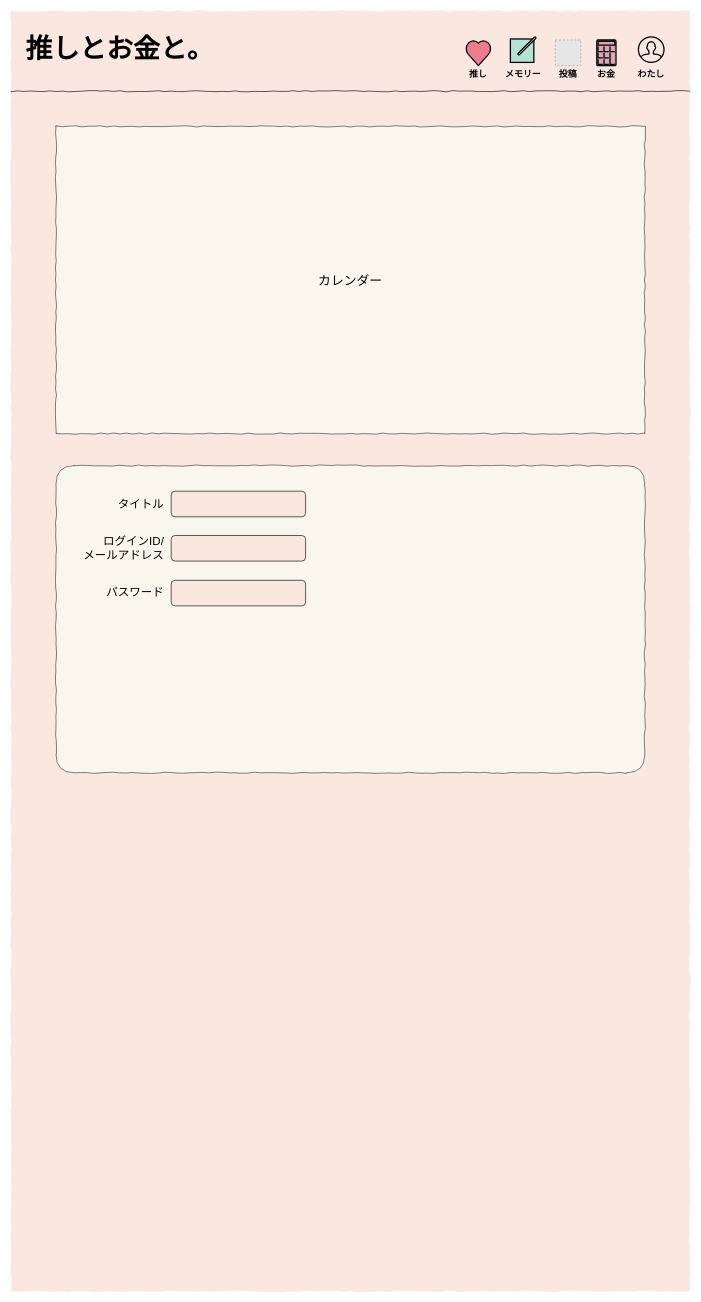
This is page "カレンダー" (15 of 15) of Untitled Diagram.drawio from yuko-miyamoto/Laravel_10, a draw.io file, before an edit. Source tidied: cells renumbered, new cells numbered last; positions are measured from the earlier drawing's top-left corner, leaving out a move shared by most shapes. Both pictures are drawn from the tidied source at 64%, with x=0, y=0 at pixel (11, 11). Pictures stored in the file or linked from it are replaced by grey dashed boxes.
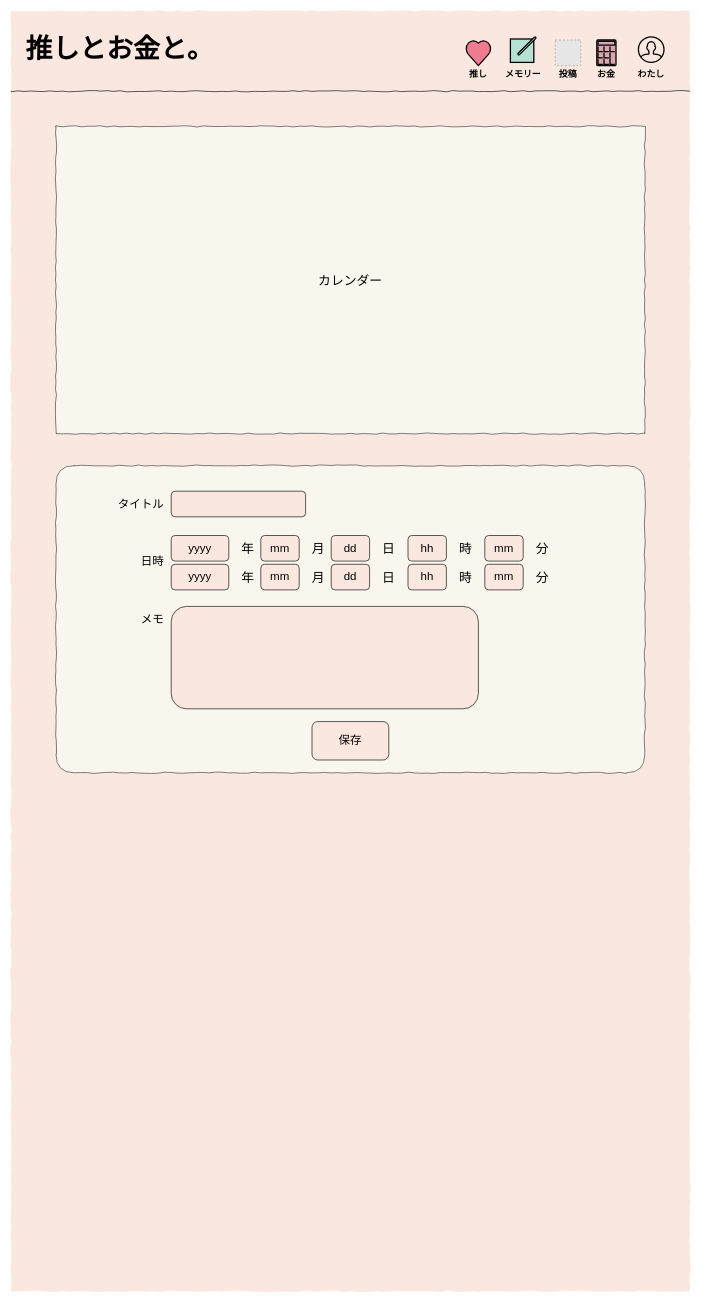
After the change.

What changed in the source:
```diff
@@
-    <mxCell id="20" style="rounded=1;whiteSpace=wrap;html=1;shadow=0;glass=0;sketch=0;fontSize=18;fontColor=#000000;strokeColor=#000000;fillColor=#FAE8E0;align=center;verticalAlign=middle;" parent="1" vertex="1">
-      <mxGeometry x="250" y="819.2" width="210" height="40" as="geometry" />
+    <mxCell id="20" value="yyyy" style="rounded=1;whiteSpace=wrap;html=1;shadow=0;glass=0;sketch=0;fontSize=18;fontColor=#000000;strokeColor=#000000;fillColor=#FAE8E0;align=center;verticalAlign=middle;" parent="1" vertex="1">
+      <mxGeometry x="250" y="819.2" width="90" height="40" as="geometry" />
     </mxCell>
-    <mxCell id="21" value="ログインID/&lt;br&gt;メールアドレス" style="text;strokeColor=none;fillColor=none;html=1;fontSize=18;fontStyle=0;verticalAlign=middle;align=right;rounded=0;shadow=0;glass=0;sketch=0;fontColor=#000000;" parent="1" vertex="1">
-      <mxGeometry x="110" y="809.2" width="130" height="60" as="geometry" />
+    <mxCell id="21" value="日時" style="text;strokeColor=none;fillColor=none;html=1;fontSize=18;fontStyle=0;verticalAlign=middle;align=right;rounded=0;shadow=0;glass=0;sketch=0;fontColor=#000000;" parent="1" vertex="1">
+      <mxGeometry x="110" y="830" width="130" height="60" as="geometry" />
     </mxCell>
     <mxCell id="22" style="rounded=1;whiteSpace=wrap;html=1;shadow=0;glass=0;sketch=0;fontSize=18;fontColor=#000000;strokeColor=#000000;fillColor=#FAE8E0;align=center;verticalAlign=middle;" parent="1" vertex="1">
-      <mxGeometry x="250" y="889.2" width="210" height="40" as="geometry" />
+      <mxGeometry x="250" y="930" width="480" height="160" as="geometry" />
     </mxCell>
-    <mxCell id="23" value="パスワード" style="text;strokeColor=none;fillColor=none;html=1;fontSize=18;fontStyle=0;verticalAlign=middle;align=right;rounded=0;shadow=0;glass=0;sketch=0;fontColor=#000000;" parent="1" vertex="1">
-      <mxGeometry x="110" y="889.2" width="130" height="40" as="geometry" />
+    <mxCell id="23" value="メモ" style="text;strokeColor=none;fillColor=none;html=1;fontSize=18;fontStyle=0;verticalAlign=middle;align=right;rounded=0;shadow=0;glass=0;sketch=0;fontColor=#000000;" parent="1" vertex="1">
+      <mxGeometry x="110" y="930" width="130" height="40" as="geometry" />
     </mxCell>
+    <mxCell id="24" value="mm" style="rounded=1;whiteSpace=wrap;html=1;shadow=0;glass=0;sketch=0;fontSize=18;fontColor=#000000;strokeColor=#000000;fillColor=#FAE8E0;align=center;verticalAlign=middle;" parent="1" vertex="1">
+      <mxGeometry x="390" y="819.2" width="60" height="40" as="geometry" />
+    </mxCell>
+    <mxCell id="25" value="dd" style="rounded=1;whiteSpace=wrap;html=1;shadow=0;glass=0;sketch=0;fontSize=18;fontColor=#000000;strokeColor=#000000;fillColor=#FAE8E0;align=center;verticalAlign=middle;" parent="1" vertex="1">
+      <mxGeometry x="500" y="819.2" width="60" height="40" as="geometry" />
+    </mxCell>
+    <mxCell id="26" value="年" style="text;html=1;strokeColor=none;fillColor=none;align=center;verticalAlign=middle;whiteSpace=wrap;rounded=0;shadow=0;glass=0;labelBackgroundColor=none;sketch=0;fontFamily=Helvetica;fontSize=20;fontColor=#000000;" parent="1" vertex="1">
+      <mxGeometry x="340" y="824.2" width="60" height="30" as="geometry" />
+    </mxCell>
+    <mxCell id="27" value="月" style="text;html=1;strokeColor=none;fillColor=none;align=center;verticalAlign=middle;whiteSpace=wrap;rounded=0;shadow=0;glass=0;labelBackgroundColor=none;sketch=0;fontFamily=Helvetica;fontSize=20;fontColor=#000000;" parent="1" vertex="1">
+      <mxGeometry x="450" y="824.2" width="60" height="30" as="geometry" />
+    </mxCell>
+    <mxCell id="28" value="日" style="text;html=1;strokeColor=none;fillColor=none;align=center;verticalAlign=middle;whiteSpace=wrap;rounded=0;shadow=0;glass=0;labelBackgroundColor=none;sketch=0;fontFamily=Helvetica;fontSize=20;fontColor=#000000;" parent="1" vertex="1">
+      <mxGeometry x="560" y="824.2" width="60" height="30" as="geometry" />
+    </mxCell>
+    <mxCell id="29" value="hh" style="rounded=1;whiteSpace=wrap;html=1;shadow=0;glass=0;sketch=0;fontSize=18;fontColor=#000000;strokeColor=#000000;fillColor=#FAE8E0;align=center;verticalAlign=middle;" parent="1" vertex="1">
+      <mxGeometry x="620" y="819.2" width="60" height="40" as="geometry" />
+    </mxCell>
+    <mxCell id="30" value="mm" style="rounded=1;whiteSpace=wrap;html=1;shadow=0;glass=0;sketch=0;fontSize=18;fontColor=#000000;strokeColor=#000000;fillColor=#FAE8E0;align=center;verticalAlign=middle;" parent="1" vertex="1">
+      <mxGeometry x="740" y="819.2" width="60" height="40" as="geometry" />
+    </mxCell>
+    <mxCell id="31" value="時" style="text;html=1;strokeColor=none;fillColor=none;align=center;verticalAlign=middle;whiteSpace=wrap;rounded=0;shadow=0;glass=0;labelBackgroundColor=none;sketch=0;fontFamily=Helvetica;fontSize=20;fontColor=#000000;" parent="1" vertex="1">
+      <mxGeometry x="680" y="824.2" width="60" height="30" as="geometry" />
+    </mxCell>
+    <mxCell id="32" value="分" style="text;html=1;strokeColor=none;fillColor=none;align=center;verticalAlign=middle;whiteSpace=wrap;rounded=0;shadow=0;glass=0;labelBackgroundColor=none;sketch=0;fontFamily=Helvetica;fontSize=20;fontColor=#000000;" parent="1" vertex="1">
+      <mxGeometry x="800" y="824.2" width="60" height="30" as="geometry" />
+    </mxCell>
+    <mxCell id="33" value="yyyy" style="rounded=1;whiteSpace=wrap;html=1;shadow=0;glass=0;sketch=0;fontSize=18;fontColor=#000000;strokeColor=#000000;fillColor=#FAE8E0;align=center;verticalAlign=middle;" parent="1" vertex="1">
+      <mxGeometry x="250" y="864.2" width="90" height="40" as="geometry" />
+    </mxCell>
+    <mxCell id="34" value="mm" style="rounded=1;whiteSpace=wrap;html=1;shadow=0;glass=0;sketch=0;fontSize=18;fontColor=#000000;strokeColor=#000000;fillColor=#FAE8E0;align=center;verticalAlign=middle;" parent="1" vertex="1">
+      <mxGeometry x="390" y="864.2" width="60" height="40" as="geometry" />
+    </mxCell>
+    <mxCell id="35" value="dd" style="rounded=1;whiteSpace=wrap;html=1;shadow=0;glass=0;sketch=0;fontSize=18;fontColor=#000000;strokeColor=#000000;fillColor=#FAE8E0;align=center;verticalAlign=middle;" parent="1" vertex="1">
+      <mxGeometry x="500" y="864.2" width="60" height="40" as="geometry" />
+    </mxCell>
+    <mxCell id="36" value="年" style="text;html=1;strokeColor=none;fillColor=none;align=center;verticalAlign=middle;whiteSpace=wrap;rounded=0;shadow=0;glass=0;labelBackgroundColor=none;sketch=0;fontFamily=Helvetica;fontSize=20;fontColor=#000000;" parent="1" vertex="1">
+      <mxGeometry x="340" y="869.2" width="60" height="30" as="geometry" />
+    </mxCell>
+    <mxCell id="37" value="月" style="text;html=1;strokeColor=none;fillColor=none;align=center;verticalAlign=middle;whiteSpace=wrap;rounded=0;shadow=0;glass=0;labelBackgroundColor=none;sketch=0;fontFamily=Helvetica;fontSize=20;fontColor=#000000;" parent="1" vertex="1">
+      <mxGeometry x="450" y="869.2" width="60" height="30" as="geometry" />
+    </mxCell>
+    <mxCell id="38" value="日" style="text;html=1;strokeColor=none;fillColor=none;align=center;verticalAlign=middle;whiteSpace=wrap;rounded=0;shadow=0;glass=0;labelBackgroundColor=none;sketch=0;fontFamily=Helvetica;fontSize=20;fontColor=#000000;" parent="1" vertex="1">
+      <mxGeometry x="560" y="869.2" width="60" height="30" as="geometry" />
+    </mxCell>
+    <mxCell id="39" value="hh" style="rounded=1;whiteSpace=wrap;html=1;shadow=0;glass=0;sketch=0;fontSize=18;fontColor=#000000;strokeColor=#000000;fillColor=#FAE8E0;align=center;verticalAlign=middle;" parent="1" vertex="1">
+      <mxGeometry x="620" y="864.2" width="60" height="40" as="geometry" />
+    </mxCell>
+    <mxCell id="40" value="mm" style="rounded=1;whiteSpace=wrap;html=1;shadow=0;glass=0;sketch=0;fontSize=18;fontColor=#000000;strokeColor=#000000;fillColor=#FAE8E0;align=center;verticalAlign=middle;" parent="1" vertex="1">
+      <mxGeometry x="740" y="864.2" width="60" height="40" as="geometry" />
+    </mxCell>
+    <mxCell id="41" value="時" style="text;html=1;strokeColor=none;fillColor=none;align=center;verticalAlign=middle;whiteSpace=wrap;rounded=0;shadow=0;glass=0;labelBackgroundColor=none;sketch=0;fontFamily=Helvetica;fontSize=20;fontColor=#000000;" parent="1" vertex="1">
+      <mxGeometry x="680" y="869.2" width="60" height="30" as="geometry" />
+    </mxCell>
+    <mxCell id="42" value="分" style="text;html=1;strokeColor=none;fillColor=none;align=center;verticalAlign=middle;whiteSpace=wrap;rounded=0;shadow=0;glass=0;labelBackgroundColor=none;sketch=0;fontFamily=Helvetica;fontSize=20;fontColor=#000000;" parent="1" vertex="1">
+      <mxGeometry x="800" y="869.2" width="60" height="30" as="geometry" />
+    </mxCell>
+    <mxCell id="43" value="保存" style="rounded=1;whiteSpace=wrap;html=1;shadow=0;glass=0;sketch=0;fontSize=18;fontColor=#000000;strokeColor=#000000;fillColor=#FAE8E0;align=center;verticalAlign=middle;" parent="1" vertex="1">
+      <mxGeometry x="470" y="1110" width="120" height="60" as="geometry" />
+    </mxCell>
```
